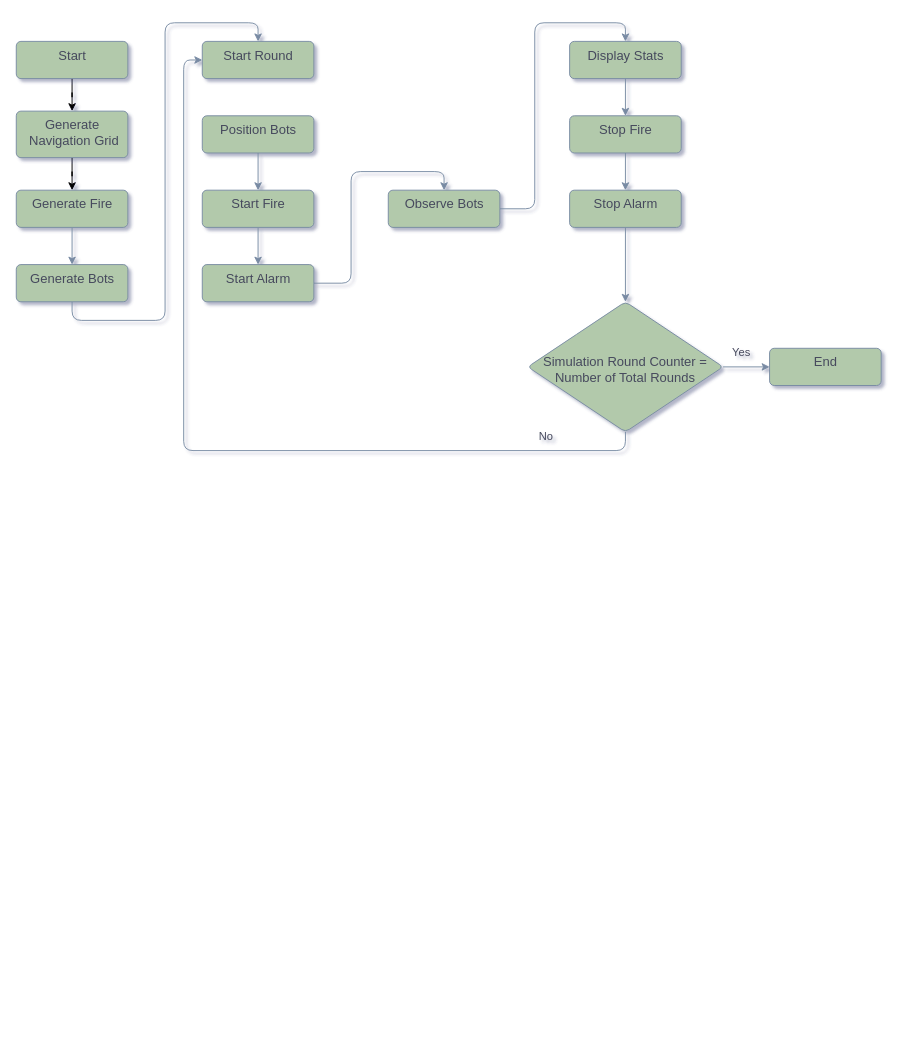
This is Documentation/SimulationStates.drawio from Ionut-Leonas-Ungureanu/Unity_EvacuationSimulator, a draw.io file, before an edit. Source tidied: cells renumbered, new cells numbered last; positions are measured from the earlier drawing's top-left corner, leaving out a move shared by most shapes. Both pictures are drawn from the tidied source at 93%, with x=0, y=0 at pixel (16, 41).
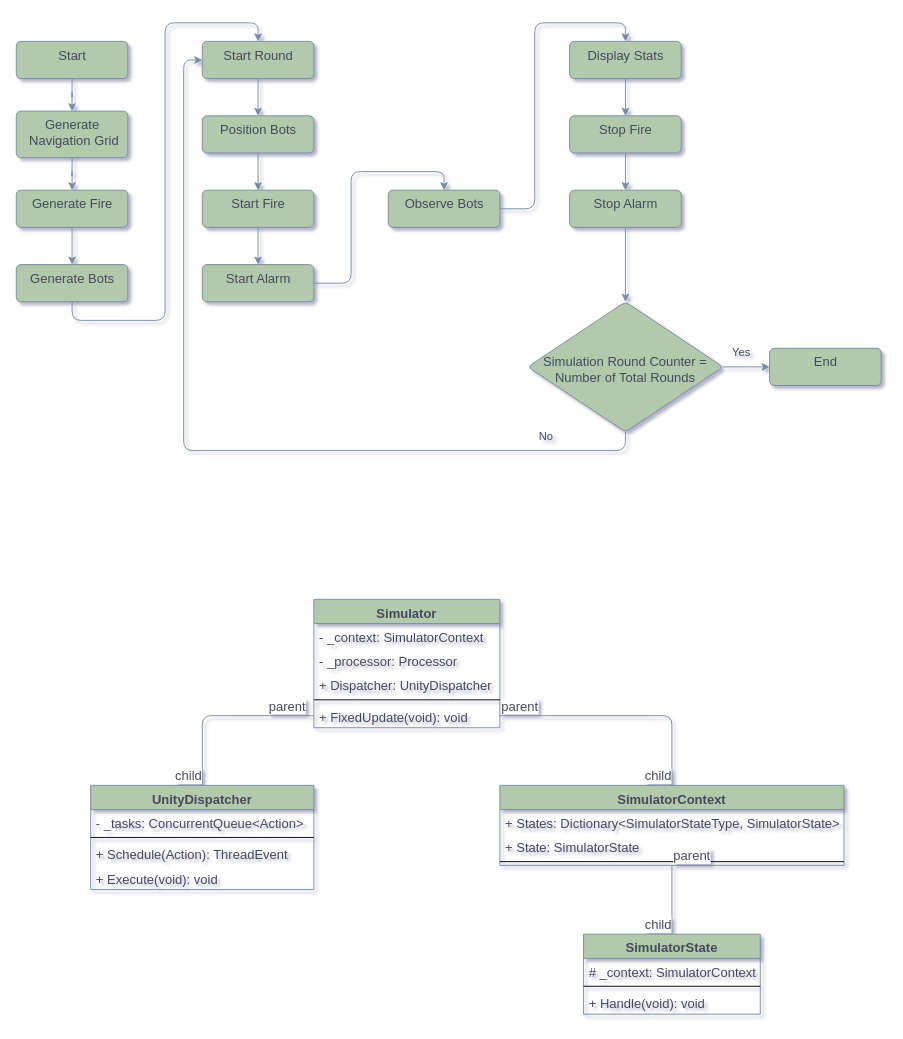
The same page after the edit.

The change refers to these unchanged cells:
```xml
<mxCell id="3" value="Start" style="html=1;align=center;verticalAlign=top;rounded=1;absoluteArcSize=1;arcSize=10;dashed=0;sketch=0;fontSize=14;fontColor=#46495D;strokeColor=#788AA3;fillColor=#B2C9AB;" parent="1" vertex="1">
  <mxGeometry width="120" height="40" as="geometry" />
</mxCell>
<mxCell id="5" value="Generate Fire" style="html=1;align=center;verticalAlign=top;rounded=1;absoluteArcSize=1;arcSize=10;dashed=0;sketch=0;fontSize=14;fontColor=#46495D;strokeColor=#788AA3;fillColor=#B2C9AB;" parent="1" vertex="1">
  <mxGeometry y="160" width="120" height="40" as="geometry" />
</mxCell>
<mxCell id="19" value="Position Bots" style="html=1;align=center;verticalAlign=top;rounded=1;absoluteArcSize=1;arcSize=10;dashed=0;sketch=0;fontSize=14;fontColor=#46495D;strokeColor=#788AA3;fillColor=#B2C9AB;" parent="1" vertex="1">
  <mxGeometry x="200" y="80" width="120" height="40" as="geometry" />
</mxCell>
<mxCell id="29" value="Generate&lt;br&gt;&amp;nbsp;Navigation Grid" style="html=1;align=center;verticalAlign=top;rounded=1;absoluteArcSize=1;arcSize=10;dashed=0;sketch=0;fontSize=14;fontColor=#46495D;strokeColor=#788AA3;fillColor=#B2C9AB;" parent="1" vertex="1">
  <mxGeometry y="75" width="120" height="50" as="geometry" />
</mxCell>
<mxCell id="30" value="Start Round" style="html=1;align=center;verticalAlign=top;rounded=1;absoluteArcSize=1;arcSize=10;dashed=0;sketch=0;fontSize=14;fontColor=#46495D;strokeColor=#788AA3;fillColor=#B2C9AB;" parent="1" vertex="1">
  <mxGeometry x="200" width="120" height="40" as="geometry" />
</mxCell>
```

The edit, as a diff of the source:
```diff
@@
-    <mxCell id="2" style="edgeStyle=orthogonalEdgeStyle;rounded=0;jettySize=auto;html=1;entryX=0.5;entryY=0;entryDx=0;entryDy=0;" parent="1" edge="1" source="3" target="29">
+    <mxCell id="2" style="edgeStyle=orthogonalEdgeStyle;rounded=0;jettySize=auto;html=1;entryX=0.5;entryY=0;entryDx=0;entryDy=0;strokeColor=#788AA3;fontColor=#46495D;" parent="1" edge="1" source="3" target="29">
       <mxGeometry relative="1" as="geometry" />
     </mxCell>
@@
-    <mxCell id="28" style="edgeStyle=orthogonalEdgeStyle;rounded=0;jettySize=auto;html=1;entryX=0.5;entryY=0;entryDx=0;entryDy=0;" parent="1" edge="1" source="29" target="5">
+    <mxCell id="28" style="edgeStyle=orthogonalEdgeStyle;rounded=0;jettySize=auto;html=1;entryX=0.5;entryY=0;entryDx=0;entryDy=0;strokeColor=#788AA3;fontColor=#46495D;" parent="1" edge="1" source="29" target="5">
       <mxGeometry relative="1" as="geometry" />
     </mxCell>
@@
+    <mxCell id="31" style="edgeStyle=orthogonalEdgeStyle;rounded=0;jettySize=auto;html=1;entryX=0.5;entryY=0;entryDx=0;entryDy=0;strokeColor=#788AA3;fontColor=#46495D;" parent="1" edge="1" source="30" target="19">
+      <mxGeometry relative="1" as="geometry" />
+    </mxCell>
@@
+    <mxCell id="32" value="Simulator" style="swimlane;fontStyle=1;align=center;verticalAlign=top;horizontal=1;startSize=26;rounded=0;sketch=0;fontSize=14;fontColor=#46495D;strokeColor=#788AA3;fillColor=#B2C9AB;" parent="1" vertex="1">
+      <mxGeometry x="320" y="600" width="200" height="138" as="geometry" />
+    </mxCell>
+    <mxCell id="33" value="- _context: SimulatorContext" style="text;strokeColor=none;fillColor=none;align=left;verticalAlign=top;spacingLeft=4;spacingRight=4;overflow=hidden;rounded=0;sketch=0;fontSize=14;fontColor=#46495D;" parent="32" vertex="1">
+      <mxGeometry y="26" width="200" height="26" as="geometry" />
+    </mxCell>
+    <mxCell id="34" value="- _processor: Processor" style="text;strokeColor=none;fillColor=none;align=left;verticalAlign=top;spacingLeft=4;spacingRight=4;overflow=hidden;rounded=0;sketch=0;fontSize=14;fontColor=#46495D;" parent="32" vertex="1">
+      <mxGeometry y="52" width="200" height="26" as="geometry" />
+    </mxCell>
+    <mxCell id="35" value="+ Dispatcher: UnityDispatcher" style="text;strokeColor=none;fillColor=none;align=left;verticalAlign=top;spacingLeft=4;spacingRight=4;overflow=hidden;rounded=0;sketch=0;fontSize=14;fontColor=#46495D;" parent="32" vertex="1">
+      <mxGeometry y="78" width="200" height="26" as="geometry" />
+    </mxCell>
+    <mxCell id="36" style="line;strokeWidth=1;fillColor=none;align=left;verticalAlign=middle;spacingTop=-1;spacingLeft=3;spacingRight=3;labelPosition=right;rounded=0;sketch=0;fontSize=14;fontColor=#46495D;" parent="32" vertex="1">
+      <mxGeometry y="104" width="200" height="8" as="geometry" />
+    </mxCell>
+    <mxCell id="37" value="+ FixedUpdate(void): void" style="text;strokeColor=none;fillColor=none;align=left;verticalAlign=top;spacingLeft=4;spacingRight=4;overflow=hidden;points=[[0,0.5],[1,0.5]];portConstraint=eastwest;rounded=0;sketch=0;fontSize=14;fontColor=#46495D;" parent="32" vertex="1">
+      <mxGeometry y="112" width="200" height="26" as="geometry" />
+    </mxCell>
+    <mxCell id="38" value="SimulatorContext" style="swimlane;fontStyle=1;align=center;verticalAlign=top;horizontal=1;startSize=26;rounded=0;sketch=0;fontSize=14;fontColor=#46495D;strokeColor=#788AA3;fillColor=#B2C9AB;" parent="1" vertex="1">
+      <mxGeometry x="520" y="800" width="370" height="86" as="geometry" />
+    </mxCell>
+    <mxCell id="39" value="+ States: Dictionary&lt;SimulatorStateType, SimulatorState&gt;" style="text;strokeColor=none;fillColor=none;align=left;verticalAlign=top;spacingLeft=4;spacingRight=4;overflow=hidden;rounded=0;sketch=0;fontSize=14;fontColor=#46495D;" parent="38" vertex="1">
+      <mxGeometry y="26" width="370" height="26" as="geometry" />
+    </mxCell>
+    <mxCell id="40" value="+ State: SimulatorState" style="text;strokeColor=none;fillColor=none;align=left;verticalAlign=top;spacingLeft=4;spacingRight=4;overflow=hidden;rounded=0;sketch=0;fontSize=14;fontColor=#46495D;" parent="38" vertex="1">
+      <mxGeometry y="52" width="370" height="26" as="geometry" />
+    </mxCell>
+    <mxCell id="41" style="line;strokeWidth=1;fillColor=none;align=left;verticalAlign=middle;spacingTop=-1;spacingLeft=3;spacingRight=3;labelPosition=right;rounded=0;sketch=0;fontSize=14;fontColor=#46495D;" parent="38" vertex="1">
+      <mxGeometry y="78" width="370" height="8" as="geometry" />
+    </mxCell>
+    <mxCell id="42" style="endArrow=none;html=1;edgeStyle=orthogonalEdgeStyle;rounded=1;sketch=0;fontSize=14;fontColor=#46495D;strokeColor=#788AA3;fillColor=#B2C9AB;curved=0;entryX=0.5;entryY=0;entryDx=0;entryDy=0;exitX=1;exitY=0.5;exitDx=0;exitDy=0;" parent="1" edge="1" source="37" target="38">
+      <mxGeometry relative="1" as="geometry" />
+    </mxCell>
+    <mxCell id="43" value="parent" style="edgeLabel;html=1;align=left;verticalAlign=bottom;rounded=0;sketch=0;fontSize=14;fontColor=#46495D;strokeColor=#788AA3;fillColor=#B2C9AB;" parent="42" vertex="1">
+      <mxGeometry x="-1" relative="1" as="geometry" />
+    </mxCell>
+    <mxCell id="44" value="child" style="edgeLabel;html=1;align=right;verticalAlign=bottom;rounded=0;sketch=0;fontSize=14;fontColor=#46495D;strokeColor=#788AA3;fillColor=#B2C9AB;" parent="42" vertex="1">
+      <mxGeometry x="1" relative="1" as="geometry" />
+    </mxCell>
+    <mxCell id="45" value="UnityDispatcher" style="swimlane;fontStyle=1;align=center;verticalAlign=top;horizontal=1;startSize=26;rounded=0;sketch=0;fontSize=14;fontColor=#46495D;strokeColor=#788AA3;fillColor=#B2C9AB;" parent="1" vertex="1">
+      <mxGeometry x="80" y="800" width="240" height="112" as="geometry" />
+    </mxCell>
+    <mxCell id="46" value="- _tasks: ConcurrentQueue&lt;Action&gt;" style="text;strokeColor=none;fillColor=none;align=left;verticalAlign=top;spacingLeft=4;spacingRight=4;overflow=hidden;rounded=0;sketch=0;fontSize=14;fontColor=#46495D;" parent="45" vertex="1">
+      <mxGeometry y="26" width="240" height="26" as="geometry" />
+    </mxCell>
+    <mxCell id="47" style="line;strokeWidth=1;fillColor=none;align=left;verticalAlign=middle;spacingTop=-1;spacingLeft=3;spacingRight=3;labelPosition=right;rounded=0;sketch=0;fontSize=14;fontColor=#46495D;" parent="45" vertex="1">
+      <mxGeometry y="52" width="240" height="8" as="geometry" />
+    </mxCell>
+    <mxCell id="48" value="+ Schedule(Action): ThreadEvent" style="text;strokeColor=none;fillColor=none;align=left;verticalAlign=top;spacingLeft=4;spacingRight=4;overflow=hidden;rounded=0;sketch=0;fontSize=14;fontColor=#46495D;" parent="45" vertex="1">
+      <mxGeometry y="60" width="240" height="26" as="geometry" />
+    </mxCell>
+    <mxCell id="49" value="+ Execute(void): void" style="text;strokeColor=none;fillColor=none;align=left;verticalAlign=top;spacingLeft=4;spacingRight=4;overflow=hidden;rounded=0;sketch=0;fontSize=14;fontColor=#46495D;" parent="45" vertex="1">
+      <mxGeometry y="86" width="240" height="26" as="geometry" />
+    </mxCell>
+    <mxCell id="50" style="endArrow=none;html=1;edgeStyle=orthogonalEdgeStyle;rounded=1;sketch=0;fontSize=14;fontColor=#46495D;strokeColor=#788AA3;fillColor=#B2C9AB;curved=0;entryX=0.5;entryY=0;entryDx=0;entryDy=0;exitX=0;exitY=0.5;exitDx=0;exitDy=0;" parent="1" edge="1" source="37" target="45">
+      <mxGeometry relative="1" as="geometry" />
+    </mxCell>
+    <mxCell id="51" value="parent" style="edgeLabel;html=1;align=left;verticalAlign=bottom;rounded=0;sketch=0;fontSize=14;fontColor=#46495D;strokeColor=#788AA3;fillColor=#B2C9AB;" parent="50" vertex="1">
+      <mxGeometry x="-1" relative="1" as="geometry">
+        <mxPoint x="-50" as="offset" />
+      </mxGeometry>
+    </mxCell>
+    <mxCell id="52" value="child" style="edgeLabel;html=1;align=right;verticalAlign=bottom;rounded=0;sketch=0;fontSize=14;fontColor=#46495D;strokeColor=#788AA3;fillColor=#B2C9AB;" parent="50" vertex="1">
+      <mxGeometry x="1" relative="1" as="geometry" />
+    </mxCell>
+    <mxCell id="53" value="SimulatorState" style="swimlane;fontStyle=1;align=center;verticalAlign=top;horizontal=1;startSize=26;rounded=0;sketch=0;fontSize=14;fontColor=#46495D;strokeColor=#788AA3;fillColor=#B2C9AB;" parent="1" vertex="1">
+      <mxGeometry x="610" y="960" width="190" height="86" as="geometry" />
+    </mxCell>
+    <mxCell id="54" value="# _context: SimulatorContext" style="text;strokeColor=none;fillColor=none;align=left;verticalAlign=top;spacingLeft=4;spacingRight=4;overflow=hidden;rounded=0;sketch=0;fontSize=14;fontColor=#46495D;" parent="53" vertex="1">
+      <mxGeometry y="26" width="190" height="26" as="geometry" />
+    </mxCell>
+    <mxCell id="55" style="line;strokeWidth=1;fillColor=none;align=left;verticalAlign=middle;spacingTop=-1;spacingLeft=3;spacingRight=3;labelPosition=right;rounded=0;sketch=0;fontSize=14;fontColor=#46495D;" parent="53" vertex="1">
+      <mxGeometry y="52" width="190" height="8" as="geometry" />
+    </mxCell>
+    <mxCell id="56" value="+ Handle(void): void" style="text;strokeColor=none;fillColor=none;align=left;verticalAlign=top;spacingLeft=4;spacingRight=4;overflow=hidden;rounded=0;sketch=0;fontSize=14;fontColor=#46495D;" parent="53" vertex="1">
+      <mxGeometry y="60" width="190" height="26" as="geometry" />
+    </mxCell>
+    <mxCell id="57" style="endArrow=none;html=1;edgeStyle=orthogonalEdgeStyle;rounded=1;sketch=0;fontSize=14;fontColor=#46495D;strokeColor=#788AA3;fillColor=#B2C9AB;curved=0;entryX=0.5;entryY=0;entryDx=0;entryDy=0;exitX=0.5;exitY=1;exitDx=0;exitDy=0;" parent="1" edge="1" source="38" target="53">
+      <mxGeometry relative="1" as="geometry" />
+    </mxCell>
+    <mxCell id="58" value="parent" style="edgeLabel;html=1;align=left;verticalAlign=bottom;rounded=0;sketch=0;fontSize=14;fontColor=#46495D;strokeColor=#788AA3;fillColor=#B2C9AB;" parent="57" vertex="1">
+      <mxGeometry x="-1" relative="1" as="geometry" />
+    </mxCell>
+    <mxCell id="59" value="child" style="edgeLabel;html=1;align=right;verticalAlign=bottom;rounded=0;sketch=0;fontSize=14;fontColor=#46495D;strokeColor=#788AA3;fillColor=#B2C9AB;" parent="57" vertex="1">
+      <mxGeometry x="1" relative="1" as="geometry" />
+    </mxCell>
```
